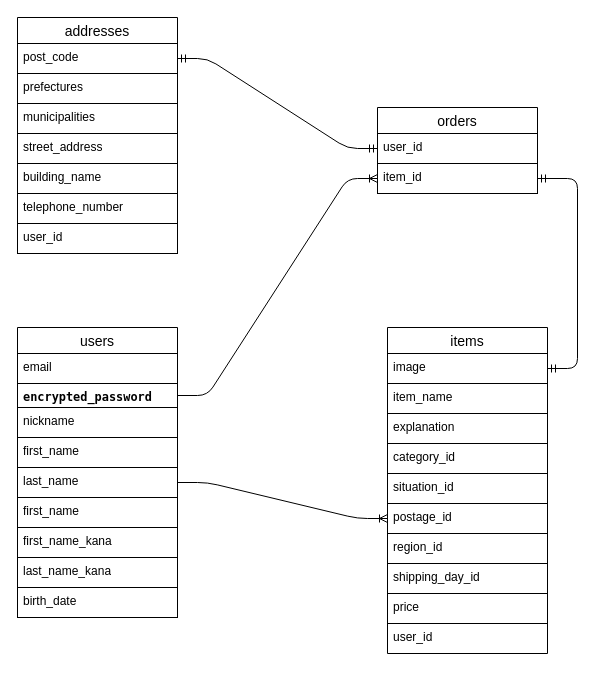
shota-kita/furima-42227 keeps this draw.io diagram as furima.dio. Above is the earlier version. Source tidied: cells renumbered, new cells numbered last; positions are measured from the earlier drawing's top-left corner, leaving out a move shared by most shapes. Both pictures are drawn from the tidied source at 100%, with x=0, y=0 at pixel (17, 17).
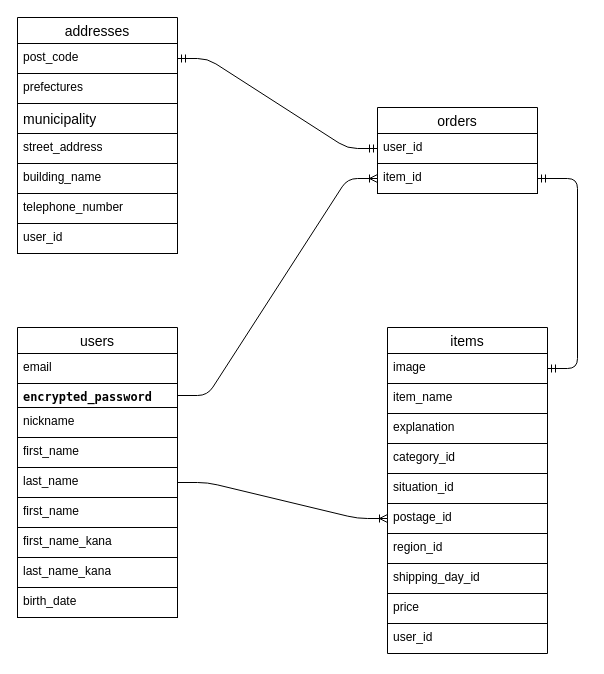
Above is the later version.

Commit message (it also covers changes not shown here):
DB設計の修正

Unchanged cells that the change refers to:
```xml
<mxCell id="23" value="addresses" style="swimlane;fontStyle=0;horizontal=1;startSize=26;align=center;fontSize=14;" parent="1" vertex="1">
  <mxGeometry width="160" height="236" as="geometry" />
</mxCell>
```

Change to the diagram source:
```diff
@@
-    <mxCell id="26" value="municipalities" style="text;strokeColor=default;fillColor=none;spacingLeft=4;spacingRight=4;overflow=hidden;fontSize=12;whiteSpace=wrap;html=1;" parent="23" vertex="1">
+    <mxCell id="26" value="&lt;div style=&quot;font-size: 14px; line-height: 19px; white-space: pre;&quot;&gt;&lt;font style=&quot;color: rgb(0, 0, 0);&quot; face=&quot;Helvetica&quot;&gt;municipality&lt;/font&gt;&lt;/div&gt;" style="text;strokeColor=default;fillColor=none;spacingLeft=4;spacingRight=4;overflow=hidden;fontSize=12;whiteSpace=wrap;html=1;" parent="23" vertex="1">
       <mxGeometry y="86" width="160" height="30" as="geometry" />
     </mxCell>
```
